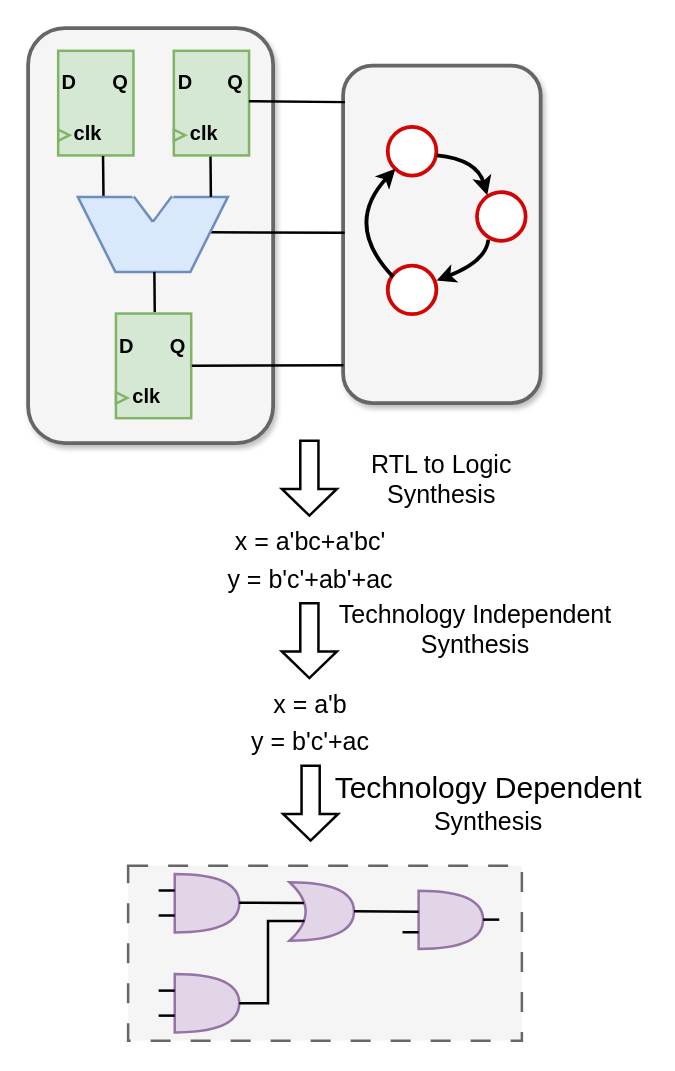
Above: bak4logicsynthesis.drawio in kxzhu0505/LogicSynOpt (draw.io), before the change. Source tidied: cells renumbered, new cells numbered last; positions are measured from the earlier drawing's top-left corner, leaving out a move shared by most shapes. Both pictures are drawn from the tidied source at 125%, with x=0, y=0 at pixel (28, 28).
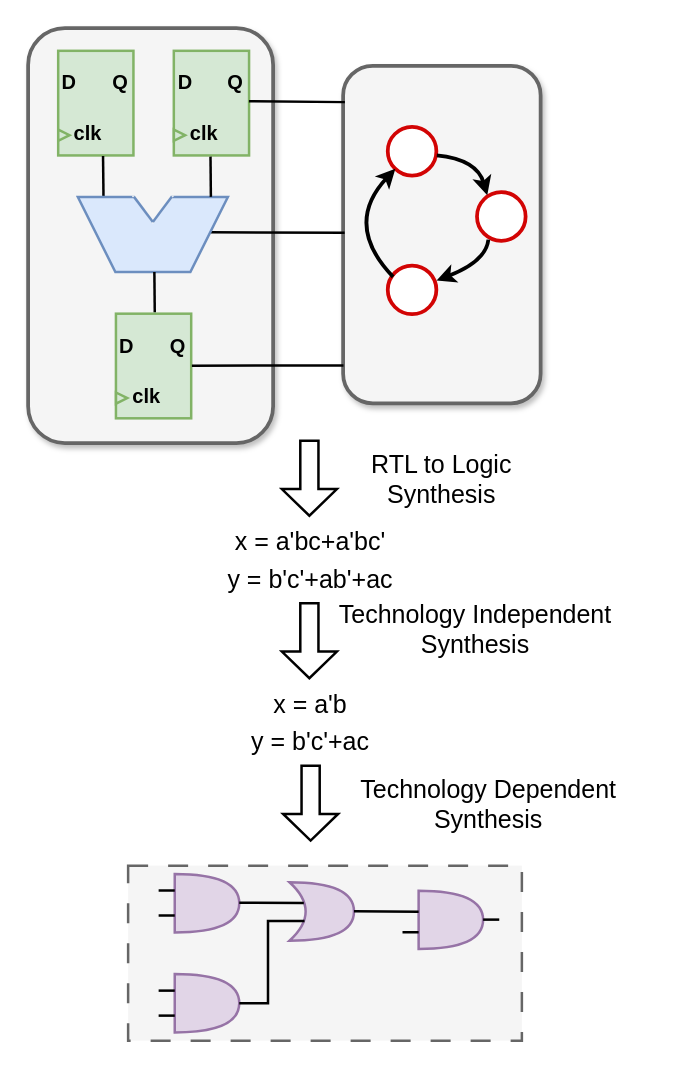
The same diagram, later.

What changed in the source:
```diff
@@
     <mxCell id="2" style="rounded=1;whiteSpace=wrap;html=1;strokeWidth=3;fillColor=#f5f5f5;fontColor=#333333;strokeColor=#666666;shadow=1;" parent="1" vertex="1">
-      <mxGeometry x="252" y="30" width="158" height="270" as="geometry" />
+      <mxGeometry x="252" y="30.1" width="158" height="270" as="geometry" />
     </mxCell>
     <mxCell id="3" style="html=1;shadow=0;dashed=0;align=center;verticalAlign=middle;shape=mxgraph.arrows2.arrow;dy=0.67;dx=21.32;direction=south;notch=0;strokeWidth=2;fontFamily=Helvetica;" parent="1" vertex="1">
-      <mxGeometry x="203" y="330" width="44" height="60" as="geometry" />
+      <mxGeometry x="203" y="330.1" width="44" height="60" as="geometry" />
     </mxCell>
@@
     <mxCell id="13" style="group;fontFamily=Helvetica;" parent="1" vertex="1">
-      <mxGeometry x="52.2" y="229" width="95" height="82.5" as="geometry" />
+      <mxGeometry x="52.2" y="229.1" width="95" height="82.5" as="geometry" />
     </mxCell>
@@
     <mxCell id="25" style="shape=trapezoid;perimeter=trapezoidPerimeter;whiteSpace=wrap;html=1;fixedSize=1;rotation=-180;strokeWidth=2;size=30;fillColor=#dae8fc;strokeColor=#6c8ebf;fontFamily=Helvetica;" parent="1" vertex="1">
-      <mxGeometry x="39.8" y="135" width="120" height="60" as="geometry" />
+      <mxGeometry x="39.8" y="135.1" width="120" height="60" as="geometry" />
     </mxCell>
     <mxCell id="26" style="triangle;whiteSpace=wrap;html=1;rotation=90;strokeWidth=2;fillColor=#F5F5F5;strokeColor=#f5f5f5;fontFamily=Helvetica;" parent="1" vertex="1">
-      <mxGeometry x="89.8" y="130" width="20" height="30" as="geometry" />
+      <mxGeometry x="89.8" y="130.1" width="20" height="30" as="geometry" />
     </mxCell>
     <mxCell id="27" style="endArrow=none;html=1;rounded=0;strokeColor=#f5f5f5;strokeWidth=3;curved=0;fontFamily=Helvetica;" parent="1" edge="1">
       <mxGeometry relative="1" as="geometry">
-        <mxPoint x="85.2" y="134.9" as="sourcePoint" />
-        <mxPoint x="114.2" y="134.9" as="targetPoint" />
+        <mxPoint x="85.2" y="135" as="sourcePoint" />
+        <mxPoint x="114.2" y="135" as="targetPoint" />
       </mxGeometry>
     </mxCell>
@@
     <mxCell id="31" style="endArrow=none;html=1;rounded=0;endSize=6;strokeWidth=2;entryX=0.82;entryY=0.974;entryDx=0;entryDy=0;entryPerimeter=0;exitX=1.006;exitY=0.404;exitDx=0;exitDy=0;exitPerimeter=0;fontFamily=Helvetica;" parent="1" edge="1">
       <mxGeometry relative="1" as="geometry">
-        <mxPoint x="101" y="195" as="sourcePoint" />
-        <mxPoint x="101.3" y="227.2" as="targetPoint" />
+        <mxPoint x="101" y="195.1" as="sourcePoint" />
+        <mxPoint x="101.3" y="227.3" as="targetPoint" />
       </mxGeometry>
     </mxCell>
@@
     <mxCell id="33" style="endArrow=none;html=1;rounded=0;endSize=6;strokeWidth=2;exitX=-0.008;exitY=0.816;exitDx=0;exitDy=0;exitPerimeter=0;entryX=0.481;entryY=0.002;entryDx=0;entryDy=0;entryPerimeter=0;fontFamily=Helvetica;" parent="1" edge="1">
       <mxGeometry relative="1" as="geometry">
-        <mxPoint x="252.3" y="269.7" as="sourcePoint" />
-        <mxPoint x="131" y="270" as="targetPoint" />
+        <mxPoint x="252.3" y="269.8" as="sourcePoint" />
+        <mxPoint x="131" y="270.1" as="targetPoint" />
       </mxGeometry>
     </mxCell>
     <mxCell id="34" value="&lt;font style=&quot;font-size: 20px;&quot;&gt;x = a'bc+a'bc'&lt;/font&gt;" style="text;html=1;align=center;verticalAlign=middle;whiteSpace=wrap;rounded=0;fontFamily=Helvetica;fontSize=20;" parent="1" vertex="1">
-      <mxGeometry x="6" y="380" width="440" height="60" as="geometry" />
+      <mxGeometry x="6" y="380.1" width="440" height="60" as="geometry" />
     </mxCell>
     <mxCell id="35" value="&lt;font style=&quot;font-size: 20px;&quot;&gt;y = b'c'+ab'+ac&lt;/font&gt;" style="text;html=1;align=center;verticalAlign=middle;whiteSpace=wrap;rounded=0;fontFamily=Helvetica;fontSize=20;" parent="1" vertex="1">
-      <mxGeometry x="6" y="410" width="440" height="60" as="geometry" />
+      <mxGeometry x="6" y="410.1" width="440" height="60" as="geometry" />
     </mxCell>
     <mxCell id="36" value="&lt;font style=&quot;font-size: 20px;&quot;&gt;x = a'b&lt;/font&gt;" style="text;html=1;align=center;verticalAlign=middle;whiteSpace=wrap;rounded=0;fontFamily=Helvetica;fontSize=20;" parent="1" vertex="1">
-      <mxGeometry x="6" y="510" width="440" height="60" as="geometry" />
+      <mxGeometry x="6" y="510.1" width="440" height="60" as="geometry" />
     </mxCell>
@@
     <mxCell id="38" value="&lt;font style=&quot;font-size: 20px;&quot;&gt;RTL to Logic&lt;/font&gt;&lt;div style=&quot;font-size: 20px;&quot;&gt;&lt;font style=&quot;font-size: 20px;&quot;&gt;Synthesis&lt;/font&gt;&lt;/div&gt;" style="text;html=1;align=center;verticalAlign=middle;whiteSpace=wrap;rounded=0;fontFamily=Helvetica;strokeWidth=3;fontSize=11;" parent="1" vertex="1">
-      <mxGeometry x="206" y="330" width="250" height="60" as="geometry" />
+      <mxGeometry x="206" y="330.1" width="250" height="60" as="geometry" />
     </mxCell>
     <mxCell id="39" value="&lt;font style=&quot;font-size: 20px;&quot;&gt;&lt;font style=&quot;font-size: 20px;&quot;&gt;Technology&amp;nbsp;&lt;/font&gt;&lt;span style=&quot;background-color: initial; font-size: 20px;&quot;&gt;Independent&lt;/span&gt;&lt;/font&gt;&lt;div style=&quot;font-size: 20px;&quot;&gt;&lt;font style=&quot;font-size: 20px;&quot;&gt;Synthesis&lt;/font&gt;&lt;/div&gt;" style="text;html=1;align=center;verticalAlign=middle;whiteSpace=wrap;rounded=0;fontFamily=Helvetica;strokeWidth=3;fontSize=20;" parent="1" vertex="1">
-      <mxGeometry x="216" y="450" width="284" height="60" as="geometry" />
+      <mxGeometry x="216" y="450.1" width="284" height="60" as="geometry" />
     </mxCell>
-    <mxCell id="40" value="&lt;font style=&quot;font-size: 24px;&quot;&gt;Technology&amp;nbsp;&lt;/font&gt;&lt;span style=&quot;font-size: 24px; background-color: initial;&quot;&gt;Dependent&lt;/span&gt;&lt;div style=&quot;&quot;&gt;&lt;font style=&quot;font-size: 20px;&quot;&gt;Synthesis&lt;/font&gt;&lt;/div&gt;" style="text;html=1;align=center;verticalAlign=middle;whiteSpace=wrap;rounded=0;fontFamily=Helvetica;strokeWidth=3;" parent="1" vertex="1">
+    <mxCell id="40" value="&lt;font style=&quot;font-size: 20px;&quot;&gt;&lt;font style=&quot;font-size: 20px;&quot;&gt;Technology&amp;nbsp;&lt;/font&gt;&lt;span style=&quot;background-color: initial;&quot;&gt;Dependent&lt;/span&gt;&lt;/font&gt;&lt;div style=&quot;font-size: 20px;&quot;&gt;&lt;font style=&quot;font-size: 20px;&quot;&gt;Synthesis&lt;/font&gt;&lt;/div&gt;" style="text;html=1;align=center;verticalAlign=middle;whiteSpace=wrap;rounded=0;fontFamily=Helvetica;strokeWidth=3;" parent="1" vertex="1">
       <mxGeometry x="252" y="590" width="233" height="60" as="geometry" />
     </mxCell>
@@
     <mxCell id="63" style="html=1;shadow=0;dashed=0;align=center;verticalAlign=middle;shape=mxgraph.arrows2.arrow;dy=0.67;dx=21.32;direction=south;notch=0;strokeWidth=2;fontFamily=Helvetica;fontSize=20;" parent="1" vertex="1">
-      <mxGeometry x="203" y="460" width="44" height="60" as="geometry" />
+      <mxGeometry x="203" y="460.1" width="44" height="60" as="geometry" />
     </mxCell>
```
